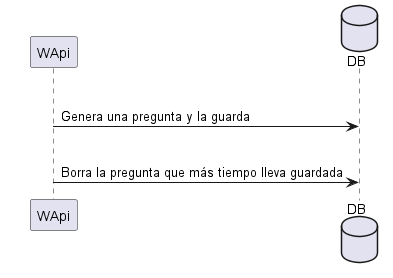
Earlier version of the PlantUML export images/Generacion.png (Arquisoft/wiq_es6b). Its diagram source:
```plantuml
@startuml
participant WApi
database DB

loop cada 2 segundos
    WApi -> DB: Genera una pregunta y la guarda
    alt mas de 500 preguntas generadas
        WApi -> DB: Borra la pregunta que más tiempo lleva guardada
@enduml
```
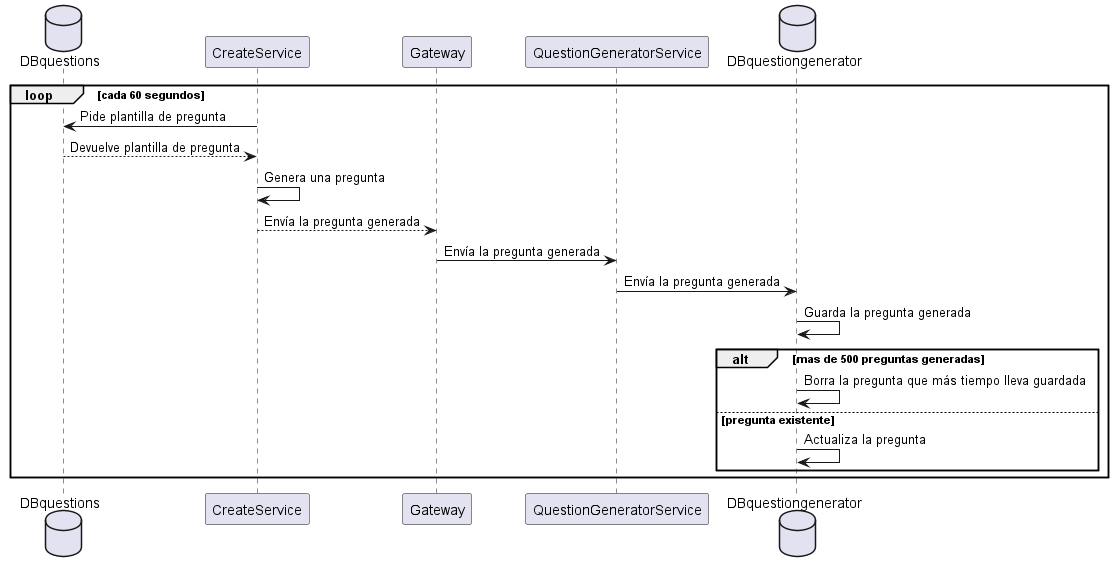
After the commit.

The edit, as a diff of the source:
```diff
@@ -1,9 +1,22 @@
 @startuml
-participant WApi
-database DB
+database DBquestions
+participant CreateService
+participant Gateway
+participant QuestionGeneratorService
+database DBquestiongenerator
 
-loop cada 2 segundos
-    WApi -> DB: Genera una pregunta y la guarda
+loop cada 60 segundos
+    CreateService -> DBquestions: Pide plantilla de pregunta
+    CreateService <-- DBquestions: Devuelve plantilla de pregunta
+    CreateService -> CreateService: Genera una pregunta
+    Gateway <-- CreateService: Envía la pregunta generada
+    Gateway -> QuestionGeneratorService: Envía la pregunta generada
+    QuestionGeneratorService-> DBquestiongenerator: Envía la pregunta generada
+    DBquestiongenerator-> DBquestiongenerator: Guarda la pregunta generada
     alt mas de 500 preguntas generadas
-        WApi -> DB: Borra la pregunta que más tiempo lleva guardada
+        DBquestiongenerator-> DBquestiongenerator: Borra la pregunta que más tiempo lleva guardada
+    else pregunta existente
+        DBquestiongenerator-> DBquestiongenerator: Actualiza la pregunta
+    end
+end
 @enduml
```
